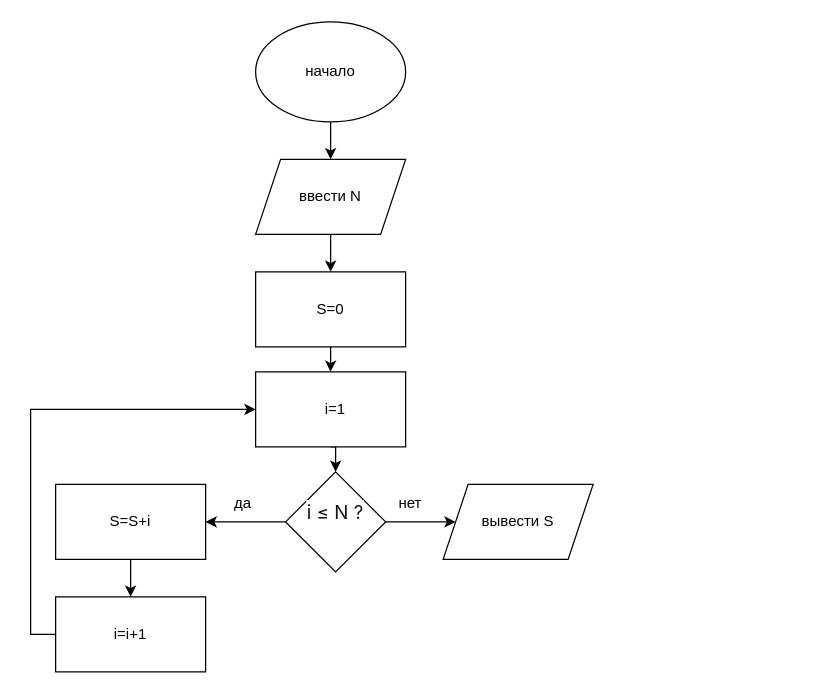
The draw.io diagram task_4-2-2.drawio in yulya61/Hello_world_Kalinina_YO, before the edit. Source tidied: cells renumbered, new cells numbered last; positions are measured from the earlier drawing's top-left corner, leaving out a move shared by most shapes. Both pictures are drawn from the tidied source at 125%, with x=0, y=0 at pixel (55, 21).
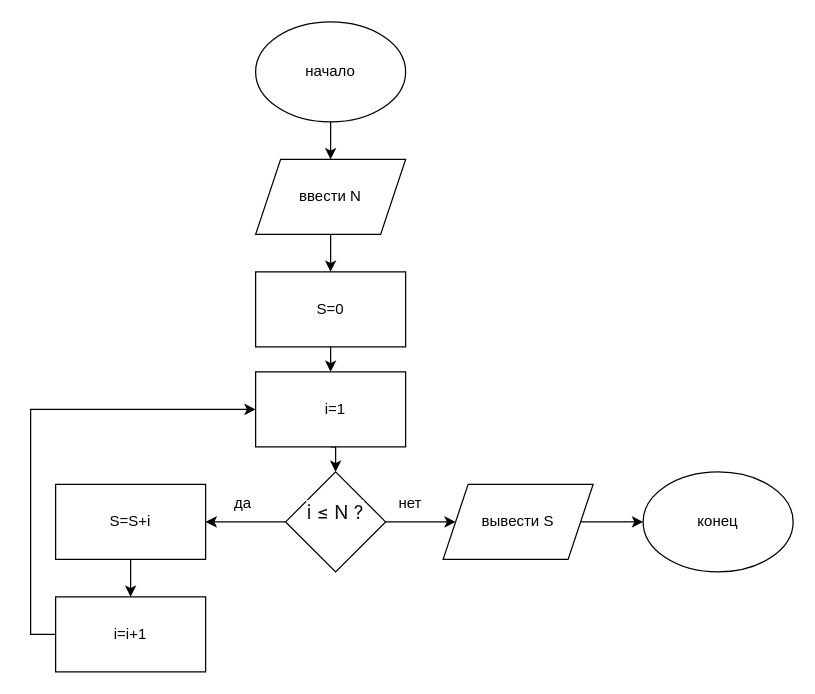
After the change.

Unchanged cells that the change refers to:
```xml
<mxCell id="17" style="shape=parallelogram;perimeter=parallelogramPerimeter;whiteSpace=wrap;html=1;fixedSize=1;" parent="1" vertex="1">
  <mxGeometry x="310" y="370" width="120" height="60" as="geometry" />
</mxCell>
```

Diff of the diagram source:
```diff
@@
+    <mxCell id="27" style="edgeStyle=orthogonalEdgeStyle;rounded=0;jettySize=auto;html=1;exitX=1;exitY=0.5;exitDx=0;exitDy=0;entryX=0;entryY=0.5;entryDx=0;entryDy=0;" parent="1" edge="1" source="17" target="28">
+      <mxGeometry relative="1" as="geometry" />
+    </mxCell>
@@
+    <mxCell id="28" style="ellipse;whiteSpace=wrap;html=1;" parent="1" vertex="1">
+      <mxGeometry x="470" y="360" width="120" height="80" as="geometry" />
+    </mxCell>
+    <mxCell id="29" value="конец" style="text;html=1;whiteSpace=wrap;strokeColor=none;fillColor=none;align=center;verticalAlign=middle;rounded=0;" parent="1" vertex="1">
+      <mxGeometry x="500" y="385" width="60" height="30" as="geometry" />
+    </mxCell>
```
